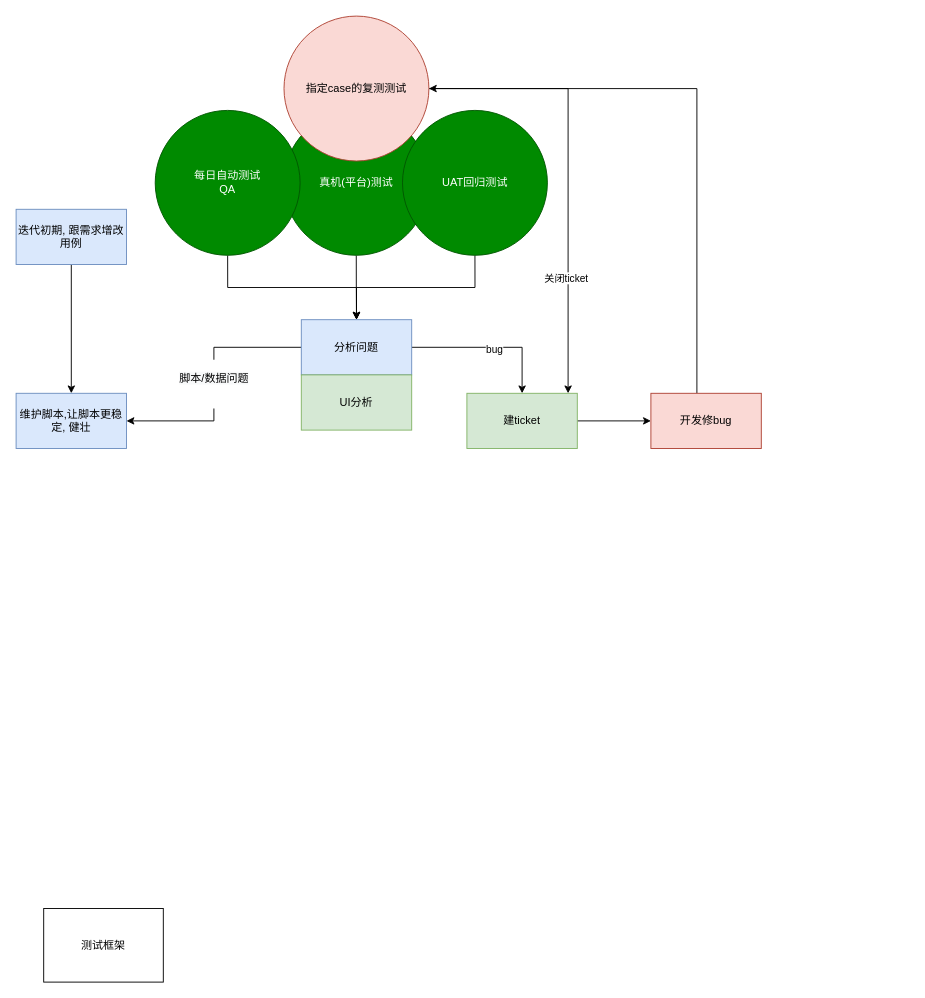
This is Untitled Diagram.drawio from cheffey/draw_io_drive, a draw.io file, before an edit. Source tidied: cells renumbered, new cells numbered last; positions are measured from the earlier drawing's top-left corner, leaving out a move shared by most shapes. Both pictures are drawn from the tidied source at 92%, with x=0, y=0 at pixel (16, 16).
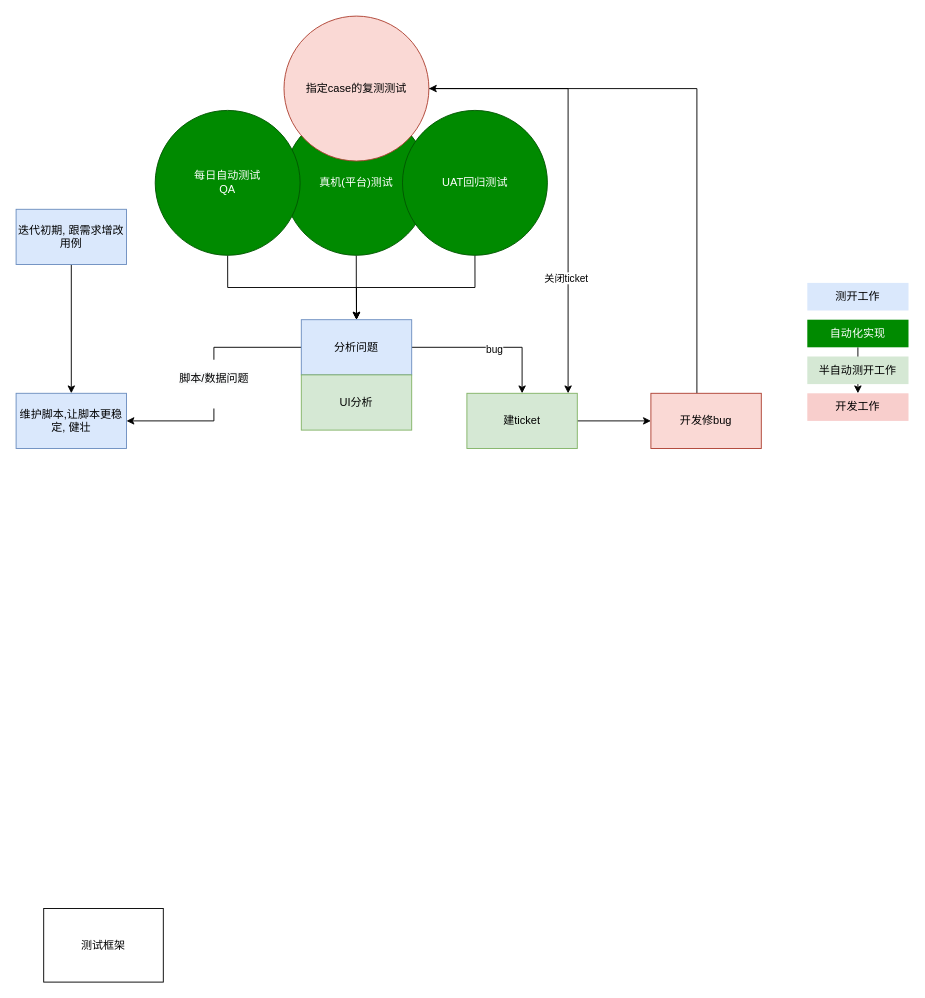
The same page after the edit.

The edit, as a diff of the source:
```diff
@@
+    <mxCell id="24" style="edgeStyle=orthogonalEdgeStyle;rounded=0;jettySize=auto;html=1;" parent="1" edge="1" source="25" target="26">
+      <mxGeometry relative="1" as="geometry" />
+    </mxCell>
+    <mxCell id="25" value="自动化实现" style="rounded=0;whiteSpace=wrap;html=1;strokeColor=none;fillColor=#008a00;fontColor=#ffffff;" parent="1" vertex="1">
+      <mxGeometry x="860" y="330" width="110" height="30" as="geometry" />
+    </mxCell>
+    <mxCell id="26" value="开发工作" style="rounded=0;whiteSpace=wrap;html=1;strokeColor=none;fillColor=#f8cecc;" parent="1" vertex="1">
+      <mxGeometry x="860" y="410" width="110" height="30" as="geometry" />
+    </mxCell>
+    <mxCell id="27" value="测开工作" style="rounded=0;whiteSpace=wrap;html=1;strokeColor=none;fillColor=#dae8fc;" parent="1" vertex="1">
+      <mxGeometry x="860" y="290" width="110" height="30" as="geometry" />
+    </mxCell>
+    <mxCell id="28" value="半自动测开工作" style="rounded=0;whiteSpace=wrap;html=1;strokeColor=none;fillColor=#d5e8d4;" parent="1" vertex="1">
+      <mxGeometry x="860" y="370" width="110" height="30" as="geometry" />
+    </mxCell>
```
